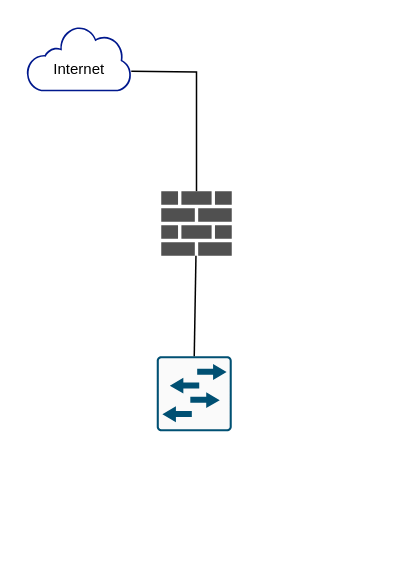
This is Hubtech HDA Physical.drawio from kennedyjombo/intro-to-me, a draw.io file, before an edit. Source tidied: cells renumbered, new cells numbered last; positions are measured from the earlier drawing's top-left corner, leaving out a move shared by most shapes. Both pictures are drawn from the tidied source at 150%, with x=0, y=0 at pixel (26, 26).
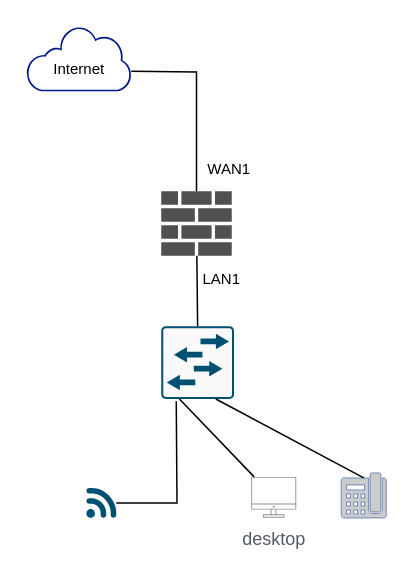
The same diagram, later.

Diff of the diagram source:
```diff
@@
 <mxGraphModel>
   <root>
     <mxCell id="0" />
     <mxCell id="1" parent="0" />
     <mxCell id="2" style="sketch=0;shadow=0;dashed=0;html=1;strokeColor=none;labelPosition=center;verticalLabelPosition=bottom;verticalAlign=top;align=center;fillColor=#00188D;shape=mxgraph.mscae.enterprise.internet_hollow;" parent="1" vertex="1">
       <mxGeometry width="70" height="43.4" as="geometry" />
     </mxCell>
     <mxCell id="3" style="edgeStyle=orthogonalEdgeStyle;rounded=0;jettySize=auto;html=1;endArrow=none;endFill=0;" parent="1" edge="1" target="5">
       <mxGeometry relative="1" as="geometry">
         <mxPoint x="70" y="30" as="sourcePoint" />
       </mxGeometry>
     </mxCell>
     <mxCell id="4" value="&lt;font style=&quot;font-size: 10px;&quot;&gt;Internet&lt;/font&gt;" style="text;html=1;align=center;verticalAlign=middle;strokeColor=none;fillColor=none;" parent="1" vertex="1">
       <mxGeometry x="5" y="13.4" width="60" height="30" as="geometry" />
     </mxCell>
     <mxCell id="5" style="sketch=0;shadow=0;dashed=0;html=1;strokeColor=none;fillColor=#505050;labelPosition=center;verticalLabelPosition=bottom;verticalAlign=top;outlineConnect=0;align=center;shape=mxgraph.office.concepts.firewall;" parent="1" vertex="1">
       <mxGeometry x="90" y="110" width="47" height="43" as="geometry" />
     </mxCell>
+    <mxCell id="8" style="rounded=0;jettySize=auto;html=1;exitX=0.25;exitY=1;exitDx=0;exitDy=0;exitPerimeter=0;endArrow=none;endFill=0;" parent="1" edge="1" source="6" target="11">
+      <mxGeometry relative="1" as="geometry" />
+    </mxCell>
     <mxCell id="6" style="sketch=0;points=[[0.015,0.015,0],[0.985,0.015,0],[0.985,0.985,0],[0.015,0.985,0],[0.25,0,0],[0.5,0,0],[0.75,0,0],[1,0.25,0],[1,0.5,0],[1,0.75,0],[0.75,1,0],[0.5,1,0],[0.25,1,0],[0,0.75,0],[0,0.5,0],[0,0.25,0]];verticalLabelPosition=bottom;html=1;verticalAlign=top;align=center;shape=mxgraph.cisco19.rect;prIcon=l2_switch;fillColor=#FAFAFA;strokeColor=#005073;" parent="1" vertex="1">
-      <mxGeometry x="87" y="220" width="50" height="50" as="geometry" />
+      <mxGeometry x="90" y="200" width="48.5" height="48.5" as="geometry" />
     </mxCell>
     <mxCell id="7" style="rounded=0;jettySize=auto;html=1;entryX=0.5;entryY=0;entryDx=0;entryDy=0;entryPerimeter=0;endArrow=none;endFill=0;" parent="1" edge="1" source="5" target="6">
       <mxGeometry relative="1" as="geometry" />
     </mxCell>
+    <mxCell id="9" value="&lt;font style=&quot;font-size: 10px;&quot;&gt;LAN1&lt;/font&gt;" style="text;html=1;align=center;verticalAlign=middle;strokeColor=none;fillColor=none;" parent="1" vertex="1">
+      <mxGeometry x="105" y="153" width="50" height="30" as="geometry" />
+    </mxCell>
+    <mxCell id="10" value="&lt;font style=&quot;font-size: 10px;&quot;&gt;WAN1&lt;/font&gt;" style="text;html=1;align=center;verticalAlign=middle;strokeColor=none;fillColor=none;" parent="1" vertex="1">
+      <mxGeometry x="110" y="80" width="50" height="30" as="geometry" />
+    </mxCell>
+    <mxCell id="11" value="desktop" style="sketch=0;outlineConnect=0;gradientColor=none;fontColor=#545B64;strokeColor=none;fillColor=#879196;dashed=0;verticalLabelPosition=bottom;verticalAlign=top;align=center;html=1;fontSize=12;fontStyle=0;shape=mxgraph.aws4.illustration_desktop;" parent="1" vertex="1">
+      <mxGeometry x="150" y="300.4" width="30" height="27.3" as="geometry" />
+    </mxCell>
+    <mxCell id="12" style="fontColor=#0066CC;verticalAlign=top;verticalLabelPosition=bottom;labelPosition=center;align=center;html=1;outlineConnect=0;fillColor=#CCCCCC;strokeColor=#6881B3;gradientColor=none;gradientDirection=north;strokeWidth=2;shape=mxgraph.networks.phone_2;" parent="1" vertex="1">
+      <mxGeometry x="210" y="297.8" width="30" height="30" as="geometry" />
+    </mxCell>
+    <mxCell id="13" style="points=[[0.005,0.09,0],[0.08,0,0],[0.76,0.25,0],[1,0.92,0],[0.91,0.995,0],[0.57,0.995,0],[0.045,0.955,0],[0.005,0.43,0]];verticalLabelPosition=bottom;sketch=0;html=1;verticalAlign=top;align=center;shape=mxgraph.cisco19.3g_4g_indicator;fillColor=#005073;strokeColor=none;" parent="1" vertex="1">
+      <mxGeometry x="40" y="307.8" width="20" height="20" as="geometry" />
+    </mxCell>
+    <mxCell id="14" style="rounded=0;jettySize=auto;html=1;exitX=0.75;exitY=1;exitDx=0;exitDy=0;exitPerimeter=0;entryX=0.5;entryY=0.11;entryDx=0;entryDy=0;entryPerimeter=0;endArrow=none;endFill=0;" parent="1" edge="1" source="6" target="12">
+      <mxGeometry relative="1" as="geometry" />
+    </mxCell>
+    <mxCell id="15" style="edgeStyle=orthogonalEdgeStyle;rounded=0;jettySize=auto;html=1;endArrow=none;endFill=0;" parent="1" edge="1" source="13">
+      <mxGeometry relative="1" as="geometry">
+        <mxPoint x="100" y="250" as="targetPoint" />
+      </mxGeometry>
+    </mxCell>
   </root>
 </mxGraphModel>
```
